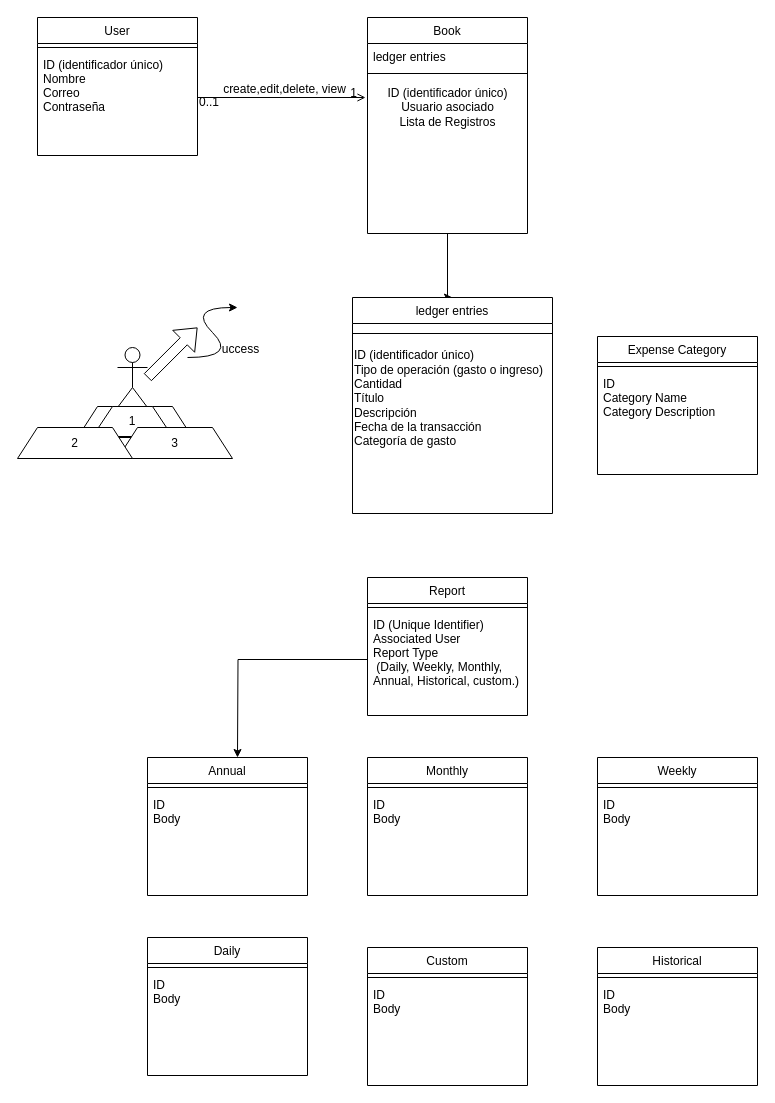
This is page "Page-1" (1 of 2) of Diagram MoneyWise.drawio from Davidongo93/moneyWise, a draw.io file, before an edit. Source tidied: cells renumbered, new cells numbered last; positions are measured from the earlier drawing's top-left corner, leaving out a move shared by most shapes. Both pictures are drawn from the tidied source at 100%, with x=0, y=0 at pixel (17, 17).
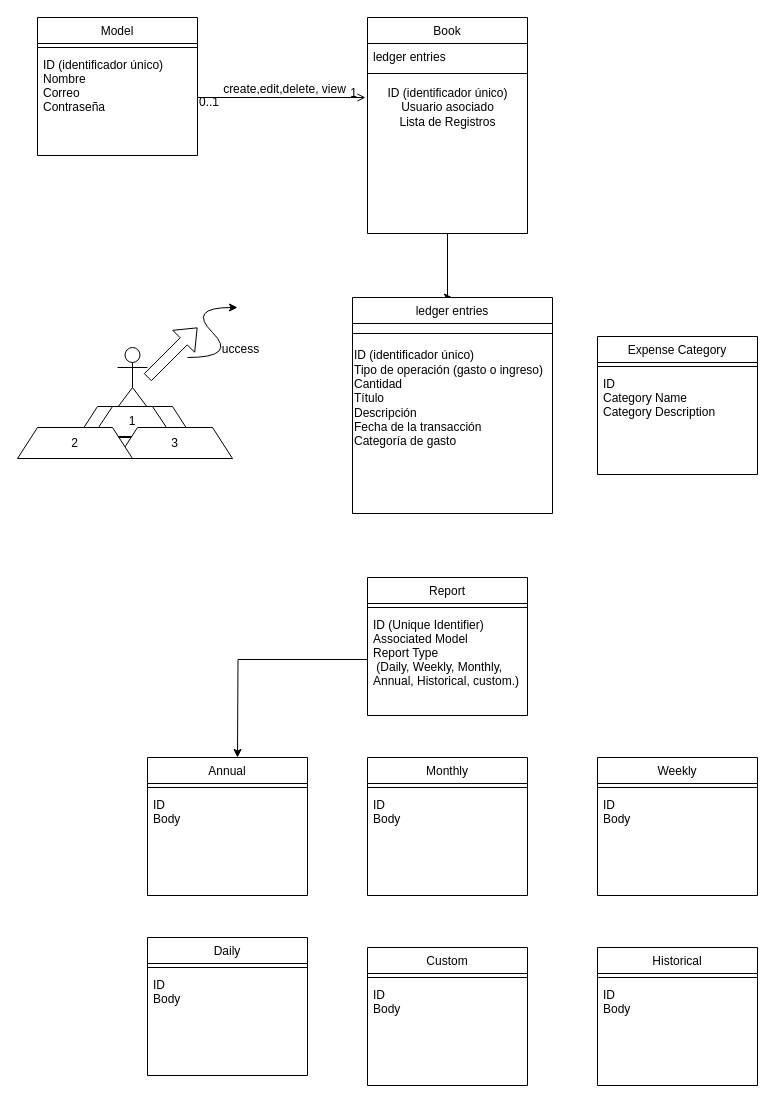
Above is the later version.

Unchanged cells that the change refers to:
```xml
<mxCell id="20" value="Report" style="swimlane;fontStyle=0;align=center;verticalAlign=top;horizontal=1;startSize=26;rounded=0;shadow=0;strokeWidth=1;" parent="1" vertex="1">
  <mxGeometry x="350" y="560" width="160" height="138" as="geometry" />
</mxCell>
```

Diff of the diagram source:
```diff
@@
-    <mxCell id="2" value="User" style="swimlane;fontStyle=0;align=center;verticalAlign=top;horizontal=1;startSize=26;rounded=0;shadow=0;strokeWidth=1;" parent="1" vertex="1">
+    <mxCell id="2" value="Model" style="swimlane;fontStyle=0;align=center;verticalAlign=top;horizontal=1;startSize=26;rounded=0;shadow=0;strokeWidth=1;" parent="1" vertex="1">
       <mxGeometry x="20" width="160" height="138" as="geometry" />
     </mxCell>
@@
-    <mxCell id="23" value="ID (Unique Identifier)&#10;Associated User&#10;Report Type&#10; (Daily, Weekly, Monthly, &#10;Annual, Historical, custom.)&#10;" style="text;align=left;verticalAlign=top;spacingLeft=4;spacingRight=4;overflow=hidden;points=[[0,0.5],[1,0.5]];portConstraint=eastwest;rounded=0;shadow=0;html=0;" parent="20" vertex="1">
+    <mxCell id="23" value="ID (Unique Identifier)&#10;Associated Model&#10;Report Type&#10; (Daily, Weekly, Monthly, &#10;Annual, Historical, custom.)&#10;" style="text;align=left;verticalAlign=top;spacingLeft=4;spacingRight=4;overflow=hidden;points=[[0,0.5],[1,0.5]];portConstraint=eastwest;rounded=0;shadow=0;html=0;" parent="20" vertex="1">
       <mxGeometry y="34" width="160" height="96" as="geometry" />
     </mxCell>
```
